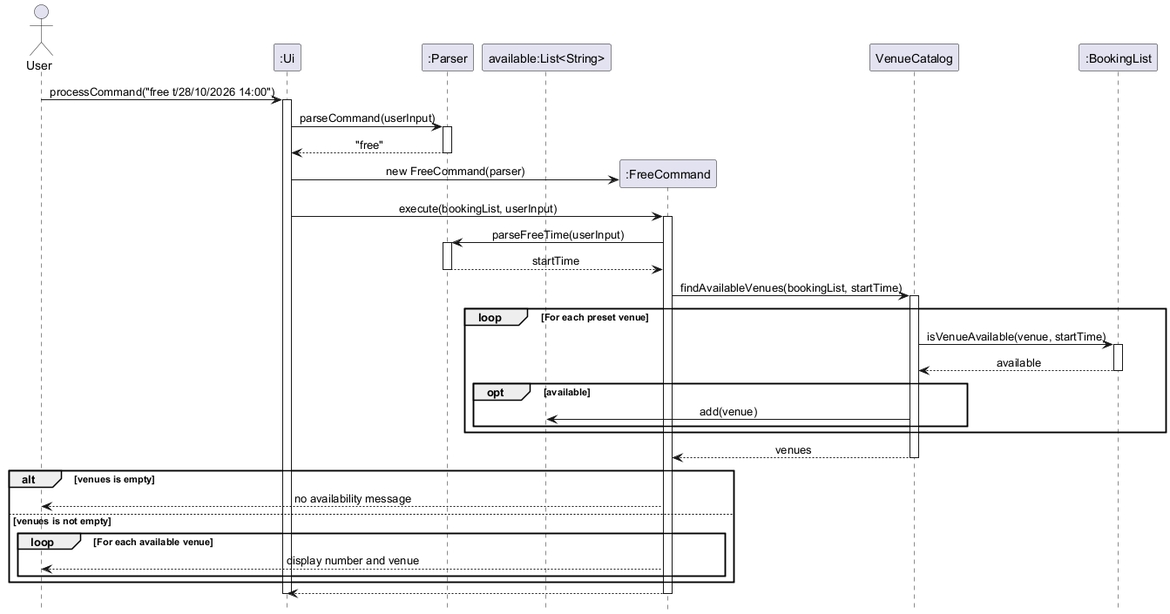
The PlantUML diagram docs/UMLDiagrams/FreeCommandSequenceDiagram.png in AY2627S1-CS2113-W14-2/tp, before a commit.
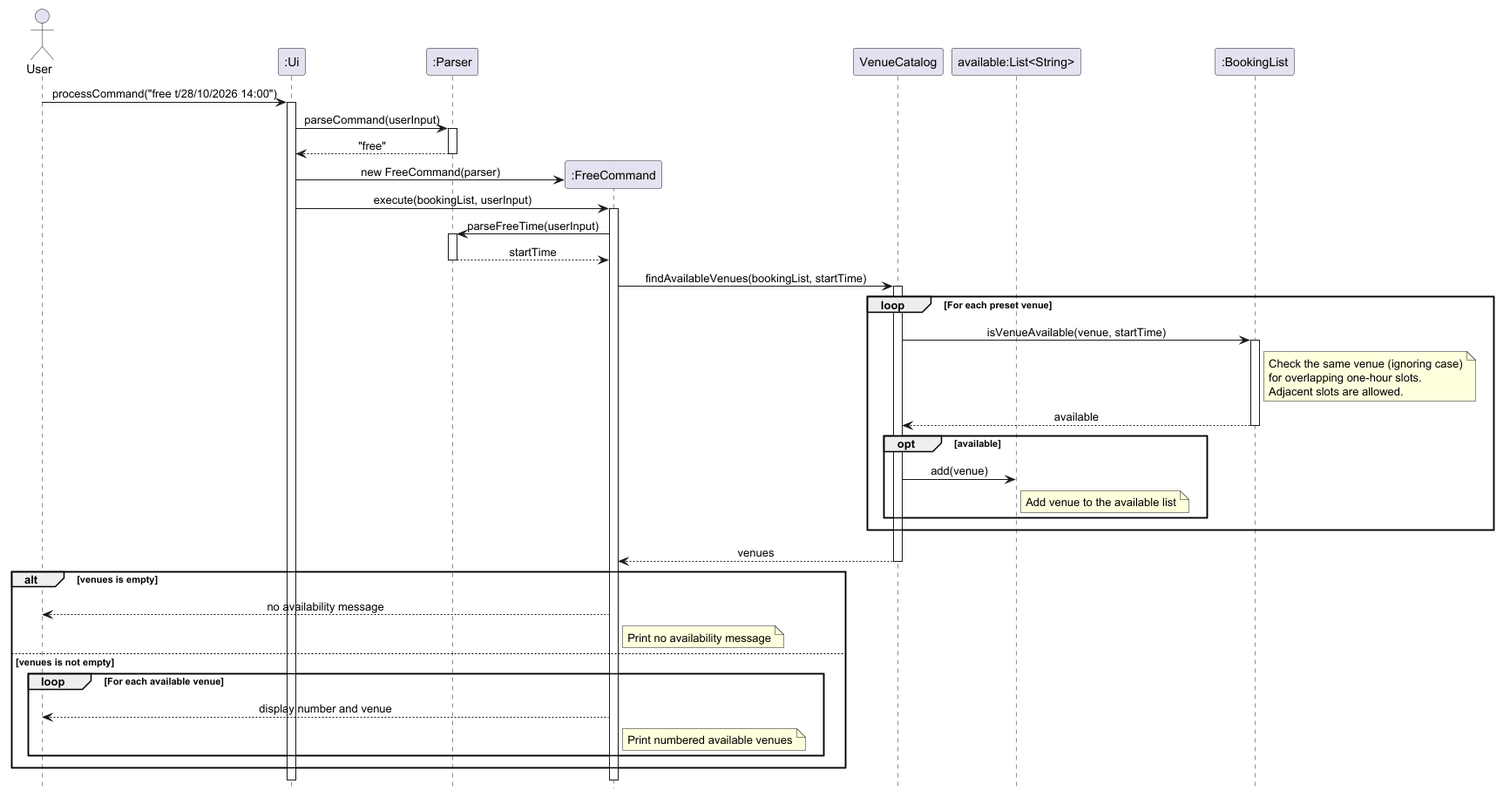
The same file after the commit.

Diff of the diagram source:
```diff
@@ -7,7 +7,6 @@
 participant ":Ui" as UI
 
 participant ":Parser" as Parser
-participant "available:List<String>" as Available
 
 User -> UI: processCommand("free t/28/10/2026 14:00")
 activate UI
@@ -21,6 +20,7 @@
 UI -> Free: new FreeCommand(parser)
 
 participant "VenueCatalog" as Catalog
+participant "available:List<String>" as Available
 participant ":BookingList" as Bookings
 
 UI -> Free: execute(bookingList, userInput)
@@ -38,11 +38,18 @@
     Catalog -> Bookings: isVenueAvailable(venue, startTime)
     activate Bookings
 
+    note right of Bookings
+    Check the same venue (ignoring case)
+    for overlapping one-hour slots.
+    Adjacent slots are allowed.
+    end note
+
     Bookings --> Catalog: available
     deactivate Bookings
 
     opt available
         Catalog -> Available: add(venue)
+        note right of Available: Add venue to the available list
     end
 end
 
@@ -51,13 +58,14 @@
 
 alt venues is empty
     Free --> User: no availability message
+    note right of Free: Print no availability message
 else venues is not empty
     loop For each available venue
         Free --> User: display number and venue
+        note right of Free: Print numbered available venues
     end
 end
 
-Free --> UI
 deactivate Free
 
 deactivate UI
```
